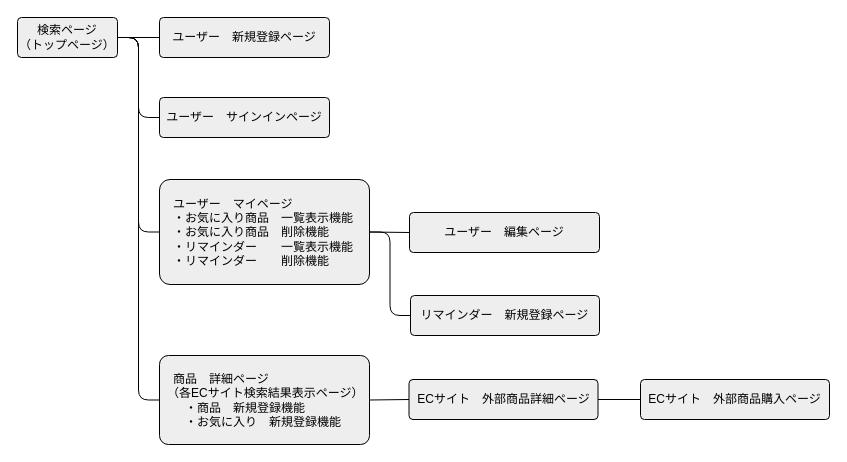
Above: Screen-transition-diagram.dio in Koba-Qin-GitHub/smart-buyer (draw.io), before the change. Source tidied: cells renumbered, new cells numbered last; positions are measured from the earlier drawing's top-left corner, leaving out a move shared by most shapes. Both pictures are drawn from the tidied source at 100%, with x=0, y=0 at pixel (17, 17).
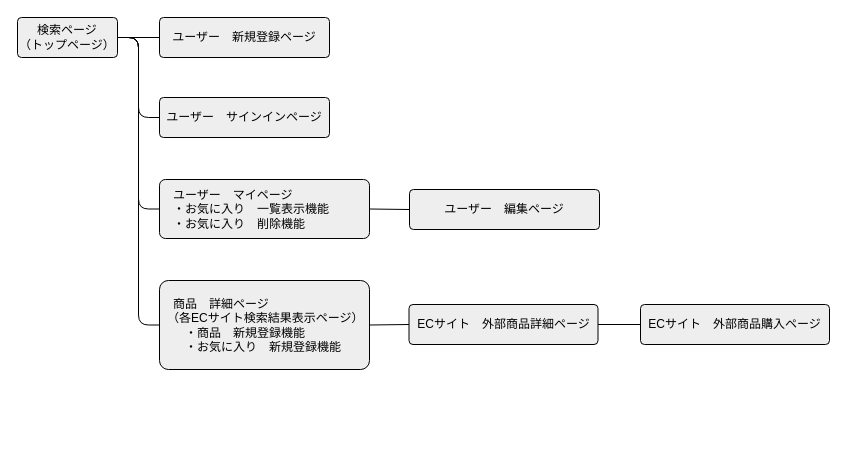
After the change.

The edit, as a diff of the source:
```diff
@@
 <mxGraphModel background="#FFFFFF">
   <root>
     <mxCell id="0" />
     <mxCell id="1" parent="0" />
     <mxCell id="2" value="検索ページ&lt;br&gt;（トップページ）" style="rounded=1;arcSize=10;whiteSpace=wrap;html=1;align=center;fillColor=#eeeeee;" parent="1" vertex="1">
       <mxGeometry width="100" height="40" as="geometry" />
     </mxCell>
     <mxCell id="3" value="ユーザー　サインインページ" style="rounded=1;arcSize=10;whiteSpace=wrap;html=1;align=center;fillColor=#eeeeee;" parent="1" vertex="1">
       <mxGeometry x="142" y="80" width="170" height="40" as="geometry" />
     </mxCell>
     <mxCell id="4" value="ユーザー　新規登録ページ" style="rounded=1;arcSize=10;whiteSpace=wrap;html=1;align=center;fillColor=#eeeeee;" parent="1" vertex="1">
       <mxGeometry x="142" width="170" height="40" as="geometry" />
     </mxCell>
-    <mxCell id="5" value="　ユーザー　マイページ&lt;br&gt;　・お気に入り商品　一覧表示機能&lt;br&gt;　・お気に入り商品　削除機能&lt;br&gt;　・リマインダー　　一覧表示機能&lt;br&gt;　・リマインダー　　削除機能" style="rounded=1;arcSize=10;whiteSpace=wrap;html=1;align=left;fillColor=#eeeeee;" parent="1" vertex="1">
-      <mxGeometry x="142" y="162" width="210" height="105" as="geometry" />
+    <mxCell id="5" value="　ユーザー　マイページ&lt;br&gt;　・お気に入り　一覧表示機能&lt;br&gt;　・お気に入り　削除機能" style="rounded=1;arcSize=10;whiteSpace=wrap;html=1;align=left;fillColor=#eeeeee;" parent="1" vertex="1">
+      <mxGeometry x="142" y="162" width="210" height="59" as="geometry" />
     </mxCell>
     <mxCell id="6" value="　商品　詳細ページ&lt;br&gt;　（各ECサイト検索結果表示ページ）&lt;br&gt;　　・商品　新規登録機能&lt;br&gt;　　・お気に入り　新規登録機能" style="rounded=1;arcSize=10;whiteSpace=wrap;html=1;align=left;shadow=0;fillColor=#eeeeee;" parent="1" vertex="1">
-      <mxGeometry x="142" y="338" width="210" height="89" as="geometry" />
+      <mxGeometry x="142" y="263" width="210" height="89" as="geometry" />
     </mxCell>
     <mxCell id="7" value="ECサイト　外部商品詳細ページ" style="rounded=1;arcSize=10;whiteSpace=wrap;html=1;align=center;fillColor=#eeeeee;" parent="1" vertex="1">
-      <mxGeometry x="391.5" y="362" width="189" height="40" as="geometry" />
+      <mxGeometry x="391.5" y="287" width="189" height="40" as="geometry" />
     </mxCell>
     <mxCell id="8" value="ECサイト　外部商品購入ページ" style="rounded=1;arcSize=10;whiteSpace=wrap;html=1;align=center;fillColor=#eeeeee;" parent="1" vertex="1">
-      <mxGeometry x="623" y="362" width="189" height="40" as="geometry" />
+      <mxGeometry x="623" y="287" width="189" height="40" as="geometry" />
     </mxCell>
     <mxCell id="9" value="ユーザー　編集ページ" style="rounded=1;arcSize=10;whiteSpace=wrap;html=1;align=center;fillColor=#eeeeee;" parent="1" vertex="1">
-      <mxGeometry x="392" y="195" width="190" height="40" as="geometry" />
+      <mxGeometry x="392" y="172" width="190" height="40" as="geometry" />
     </mxCell>
-    <mxCell id="10" value="リマインダー　新規登録ページ" style="rounded=1;arcSize=10;whiteSpace=wrap;html=1;align=center;fillColor=#eeeeee;" parent="1" vertex="1">
-      <mxGeometry x="393" y="278" width="189" height="40" as="geometry" />
-    </mxCell>
     <mxCell id="11" style="endArrow=none;html=1;entryX=0;entryY=0.5;entryDx=0;entryDy=0;edgeStyle=orthogonalEdgeStyle;elbow=vertical;exitX=1;exitY=0.5;exitDx=0;exitDy=0;" parent="1" edge="1" source="2" target="3">
       <mxGeometry relative="1" as="geometry" />
     </mxCell>
     <mxCell id="12" style="endArrow=none;html=1;entryX=0;entryY=0.5;entryDx=0;entryDy=0;edgeStyle=orthogonalEdgeStyle;elbow=vertical;exitX=1;exitY=0.5;exitDx=0;exitDy=0;" parent="1" edge="1" source="2" target="5">
       <mxGeometry relative="1" as="geometry" />
     </mxCell>
     <mxCell id="13" style="endArrow=none;html=1;entryX=0;entryY=0.5;entryDx=0;entryDy=0;edgeStyle=orthogonalEdgeStyle;elbow=vertical;exitX=1;exitY=0.5;exitDx=0;exitDy=0;" parent="1" edge="1" source="2" target="6">
       <mxGeometry relative="1" as="geometry" />
     </mxCell>
-    <mxCell id="14" style="endArrow=none;html=1;entryX=0;entryY=0.5;entryDx=0;entryDy=0;edgeStyle=orthogonalEdgeStyle;elbow=vertical;exitX=1;exitY=0.5;exitDx=0;exitDy=0;" parent="1" edge="1" source="5" target="10">
-      <mxGeometry relative="1" as="geometry" />
-    </mxCell>
     <mxCell id="15" style="endArrow=none;html=1;entryX=0;entryY=0.5;entryDx=0;entryDy=0;elbow=vertical;exitX=1;exitY=0.5;exitDx=0;exitDy=0;" parent="1" edge="1" source="5" target="9">
       <mxGeometry relative="1" as="geometry" />
     </mxCell>
     <mxCell id="16" style="endArrow=none;html=1;entryX=0;entryY=0.5;entryDx=0;entryDy=0;elbow=vertical;exitX=1;exitY=0.5;exitDx=0;exitDy=0;" parent="1" edge="1" source="6" target="7">
       <mxGeometry relative="1" as="geometry" />
     </mxCell>
     <mxCell id="17" style="endArrow=none;html=1;entryX=0;entryY=0.5;entryDx=0;entryDy=0;elbow=vertical;exitX=1;exitY=0.5;exitDx=0;exitDy=0;" parent="1" edge="1" source="7" target="8">
       <mxGeometry relative="1" as="geometry" />
     </mxCell>
     <mxCell id="18" style="endArrow=none;html=1;entryX=0;entryY=0.5;entryDx=0;entryDy=0;elbow=vertical;exitX=1;exitY=0.5;exitDx=0;exitDy=0;" parent="1" edge="1" source="2" target="4">
       <mxGeometry relative="1" as="geometry" />
     </mxCell>
   </root>
 </mxGraphModel>
```
